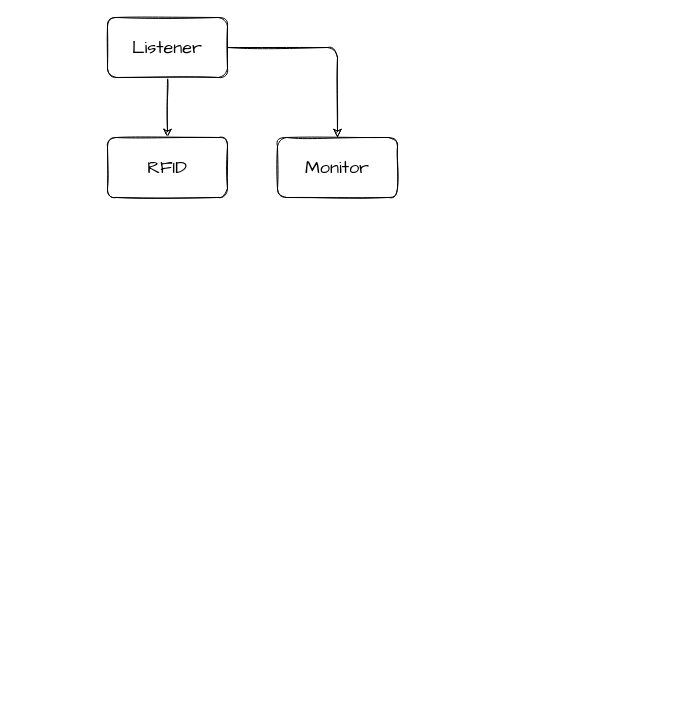
Above: sw_design/architecture.drawio in Kang9609/Golf_Membership_Manager (draw.io), before the change. Source tidied: cells renumbered, new cells numbered last; positions are measured from the earlier drawing's top-left corner, leaving out a move shared by most shapes. Both pictures are drawn from the tidied source at 100%, with x=0, y=0 at pixel (107, 17).
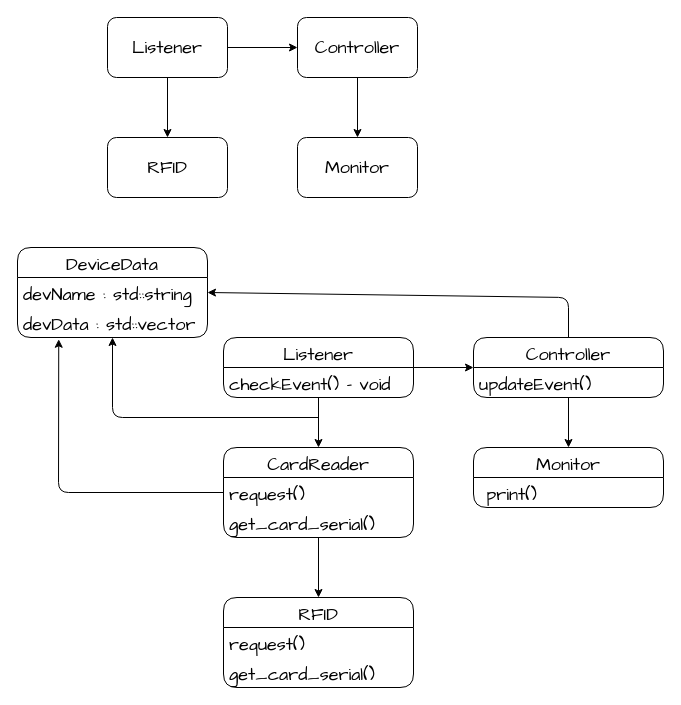
The same page after the edit.

What changed in the source:
```diff
@@
-    <mxCell id="2" style="edgeStyle=none;sketch=1;html=1;exitX=0.5;exitY=1;exitDx=0;exitDy=0;entryX=0.5;entryY=0;entryDx=0;entryDy=0;fontFamily=Comic Sans MS;fontSize=18;rounded=1;" parent="1" edge="1" source="4" target="5">
+    <mxCell id="2" style="edgeStyle=none;html=1;exitX=0.5;exitY=1;exitDx=0;exitDy=0;entryX=0.5;entryY=0;entryDx=0;entryDy=0;fontFamily=Comic Sans MS;fontSize=18;rounded=1;" parent="1" edge="1" source="4" target="5">
       <mxGeometry relative="1" as="geometry" />
     </mxCell>
-    <mxCell id="3" style="edgeStyle=none;rounded=1;sketch=1;html=1;exitX=1;exitY=0.5;exitDx=0;exitDy=0;entryX=0.5;entryY=0;entryDx=0;entryDy=0;fontFamily=Comic Sans MS;fontSize=18;" parent="1" edge="1" source="4" target="6">
-      <mxGeometry relative="1" as="geometry">
-        <Array as="points">
-          <mxPoint x="230" y="30" />
-        </Array>
-      </mxGeometry>
-    </mxCell>
+    <mxCell id="7" style="edgeStyle=none;rounded=1;html=1;exitX=1;exitY=0.5;exitDx=0;exitDy=0;entryX=0;entryY=0.5;entryDx=0;entryDy=0;fontFamily=Comic Sans MS;fontSize=18;" parent="1" edge="1" source="4" target="21">
+      <mxGeometry relative="1" as="geometry" />
+    </mxCell>
-    <mxCell id="4" value="&lt;font face=&quot;Comic Sans MS&quot; style=&quot;font-size: 18px&quot;&gt;Listener&lt;/font&gt;" style="rounded=1;whiteSpace=wrap;html=1;sketch=1;" parent="1" vertex="1">
+    <mxCell id="4" value="&lt;font face=&quot;Comic Sans MS&quot; style=&quot;font-size: 18px&quot;&gt;Listener&lt;/font&gt;" style="rounded=1;whiteSpace=wrap;html=1;" parent="1" vertex="1">
       <mxGeometry width="120" height="60" as="geometry" />
     </mxCell>
-    <mxCell id="5" value="RFID" style="rounded=1;whiteSpace=wrap;html=1;fontFamily=Comic Sans MS;fontSize=18;sketch=1;" parent="1" vertex="1">
+    <mxCell id="5" value="RFID" style="rounded=1;whiteSpace=wrap;html=1;fontFamily=Comic Sans MS;fontSize=18;" parent="1" vertex="1">
       <mxGeometry y="120" width="120" height="60" as="geometry" />
     </mxCell>
+    <mxCell id="3" value="&lt;font face=&quot;Comic Sans MS&quot; style=&quot;font-size: 18px&quot;&gt;Monitor&lt;/font&gt;" style="rounded=1;whiteSpace=wrap;html=1;" parent="1" vertex="1">
+      <mxGeometry x="190" y="120" width="120" height="60" as="geometry" />
+    </mxCell>
+    <mxCell id="8" style="edgeStyle=none;rounded=1;html=1;exitX=1;exitY=0.5;exitDx=0;exitDy=0;entryX=0;entryY=0.5;entryDx=0;entryDy=0;fontFamily=Comic Sans MS;fontSize=18;" parent="1" edge="1" source="10" target="18">
+      <mxGeometry relative="1" as="geometry" />
+    </mxCell>
+    <mxCell id="9" style="edgeStyle=none;rounded=1;html=1;fontFamily=Comic Sans MS;fontSize=18;" parent="1" edge="1">
+      <mxGeometry relative="1" as="geometry">
+        <mxPoint x="211" y="400" as="sourcePoint" />
+        <mxPoint x="5" y="320" as="targetPoint" />
+        <Array as="points">
+          <mxPoint x="5" y="400" />
+        </Array>
+      </mxGeometry>
+    </mxCell>
+    <mxCell id="10" value="Listener" style="swimlane;fontStyle=0;horizontal=1;startSize=30;fontFamily=Comic Sans MS;fontSize=18;rounded=1;" parent="1" vertex="1">
+      <mxGeometry x="116" y="320" width="190" height="60" as="geometry" />
+    </mxCell>
+    <mxCell id="11" value="checkEvent() - void" style="text;strokeColor=none;fillColor=none;align=left;verticalAlign=middle;spacingLeft=4;spacingRight=4;overflow=hidden;fontFamily=Comic Sans MS;fontSize=18;rounded=1;" parent="10" vertex="1">
+      <mxGeometry y="30" width="190" height="30" as="geometry" />
+    </mxCell>
+    <mxCell id="12" value="CardReader" style="swimlane;fontStyle=0;horizontal=1;startSize=30;fontFamily=Comic Sans MS;fontSize=18;rounded=1;" parent="1" vertex="1">
+      <mxGeometry x="116" y="430" width="190" height="90" as="geometry" />
+    </mxCell>
+    <mxCell id="13" value="request()" style="text;strokeColor=none;fillColor=none;align=left;verticalAlign=middle;spacingLeft=4;spacingRight=4;overflow=hidden;points=[[0,0.5],[1,0.5]];portConstraint=eastwest;fontFamily=Comic Sans MS;fontSize=18;rounded=1;" parent="12" vertex="1">
+      <mxGeometry y="30" width="190" height="30" as="geometry" />
+    </mxCell>
+    <mxCell id="14" value="get_card_serial()" style="text;strokeColor=none;fillColor=none;align=left;verticalAlign=middle;spacingLeft=4;spacingRight=4;overflow=hidden;fontFamily=Comic Sans MS;fontSize=18;rounded=1;" parent="12" vertex="1">
+      <mxGeometry y="60" width="190" height="30" as="geometry" />
+    </mxCell>
-    <mxCell id="6" value="Monitor" style="rounded=1;whiteSpace=wrap;html=1;sketch=1;fontFamily=Comic Sans MS;fontSize=18;" parent="1" vertex="1">
-      <mxGeometry x="170" y="120" width="120" height="60" as="geometry" />
+    <mxCell id="6" value="Monitor" style="swimlane;fontStyle=0;horizontal=1;startSize=30;fontFamily=Comic Sans MS;fontSize=18;rounded=1;" parent="1" vertex="1">
+      <mxGeometry x="366" y="430" width="190" height="60" as="geometry" />
     </mxCell>
+    <mxCell id="15" value=" print()" style="text;strokeColor=none;fillColor=none;align=left;verticalAlign=middle;spacingLeft=4;spacingRight=4;overflow=hidden;fontFamily=Comic Sans MS;fontSize=18;rounded=1;" parent="6" vertex="1">
+      <mxGeometry y="30" width="190" height="30" as="geometry" />
+    </mxCell>
+    <mxCell id="16" style="endArrow=classic;html=1;fontFamily=Comic Sans MS;fontSize=18;rounded=1;" parent="1" edge="1" target="12">
+      <mxGeometry relative="1" as="geometry">
+        <mxPoint x="211" y="380" as="sourcePoint" />
+      </mxGeometry>
+    </mxCell>
+    <mxCell id="17" style="edgeStyle=none;rounded=1;html=1;exitX=0.5;exitY=0;exitDx=0;exitDy=0;entryX=1;entryY=0.5;entryDx=0;entryDy=0;fontFamily=Comic Sans MS;fontSize=18;" parent="1" edge="1" source="18" target="24">
+      <mxGeometry relative="1" as="geometry">
+        <Array as="points">
+          <mxPoint x="461" y="280" />
+        </Array>
+      </mxGeometry>
+    </mxCell>
+    <mxCell id="18" value="Controller" style="swimlane;fontStyle=0;horizontal=1;startSize=30;fontFamily=Comic Sans MS;fontSize=18;rounded=1;" parent="1" vertex="1">
+      <mxGeometry x="366" y="320" width="190" height="60" as="geometry" />
+    </mxCell>
+    <mxCell id="19" value="updateEvent()" style="text;strokeColor=none;fillColor=none;align=left;verticalAlign=middle;spacingLeft=4;spacingRight=4;overflow=hidden;points=[[0,0.5],[1,0.5]];portConstraint=eastwest;fontFamily=Comic Sans MS;fontSize=18;rounded=1;" parent="18" vertex="1">
+      <mxGeometry y="30" width="190" height="30" as="geometry" />
+    </mxCell>
+    <mxCell id="20" style="edgeStyle=none;rounded=1;html=1;exitX=0.5;exitY=1;exitDx=0;exitDy=0;fontFamily=Comic Sans MS;fontSize=18;" parent="1" edge="1" source="21" target="3">
+      <mxGeometry relative="1" as="geometry" />
+    </mxCell>
+    <mxCell id="21" value="Controller" style="rounded=1;whiteSpace=wrap;html=1;fontFamily=Comic Sans MS;fontSize=18;" parent="1" vertex="1">
+      <mxGeometry x="190" width="120" height="60" as="geometry" />
+    </mxCell>
+    <mxCell id="22" style="edgeStyle=none;rounded=1;html=1;entryX=0.5;entryY=0;entryDx=0;entryDy=0;fontFamily=Comic Sans MS;fontSize=18;" parent="1" edge="1" source="19" target="6">
+      <mxGeometry relative="1" as="geometry" />
+    </mxCell>
+    <mxCell id="23" value="DeviceData" style="swimlane;fontStyle=0;horizontal=1;startSize=30;fontFamily=Comic Sans MS;fontSize=18;rounded=1;" parent="1" vertex="1">
+      <mxGeometry x="-90" y="230" width="190" height="90" as="geometry" />
+    </mxCell>
+    <mxCell id="24" value="devName : std::string" style="text;strokeColor=none;fillColor=none;align=left;verticalAlign=middle;spacingLeft=4;spacingRight=4;overflow=hidden;points=[[0,0.5],[1,0.5]];portConstraint=eastwest;fontFamily=Comic Sans MS;fontSize=18;rounded=1;" parent="23" vertex="1">
+      <mxGeometry y="30" width="190" height="30" as="geometry" />
+    </mxCell>
+    <mxCell id="25" value="devData : std::vector" style="text;strokeColor=none;fillColor=none;align=left;verticalAlign=middle;spacingLeft=4;spacingRight=4;overflow=hidden;points=[[0,0.5],[1,0.5]];portConstraint=eastwest;fontFamily=Comic Sans MS;fontSize=18;rounded=1;" parent="23" vertex="1">
+      <mxGeometry y="60" width="190" height="30" as="geometry" />
+    </mxCell>
+    <mxCell id="26" style="edgeStyle=none;rounded=1;html=1;exitX=0;exitY=0.5;exitDx=0;exitDy=0;entryX=0.217;entryY=1.059;entryDx=0;entryDy=0;entryPerimeter=0;fontFamily=Comic Sans MS;fontSize=18;" parent="1" edge="1" source="13" target="25">
+      <mxGeometry relative="1" as="geometry">
+        <Array as="points">
+          <mxPoint x="-49" y="475" />
+        </Array>
+      </mxGeometry>
+    </mxCell>
+    <mxCell id="27" value="RFID" style="swimlane;fontStyle=0;horizontal=1;startSize=30;fontFamily=Comic Sans MS;fontSize=18;rounded=1;" parent="1" vertex="1">
+      <mxGeometry x="116" y="580" width="190" height="90" as="geometry" />
+    </mxCell>
+    <mxCell id="28" value="request()" style="text;strokeColor=none;fillColor=none;align=left;verticalAlign=middle;spacingLeft=4;spacingRight=4;overflow=hidden;fontFamily=Comic Sans MS;fontSize=18;rounded=1;" parent="27" vertex="1">
+      <mxGeometry y="30" width="190" height="30" as="geometry" />
+    </mxCell>
+    <mxCell id="29" value="get_card_serial()" style="text;strokeColor=none;fillColor=none;align=left;verticalAlign=middle;spacingLeft=4;spacingRight=4;overflow=hidden;fontFamily=Comic Sans MS;fontSize=18;rounded=1;" parent="27" vertex="1">
+      <mxGeometry y="60" width="190" height="30" as="geometry" />
+    </mxCell>
+    <mxCell id="30" style="endArrow=classic;html=1;rounded=1;fontFamily=Comic Sans MS;fontSize=18;entryX=0.5;entryY=0;entryDx=0;entryDy=0;" parent="1" edge="1" target="27">
+      <mxGeometry relative="1" as="geometry">
+        <mxPoint x="211" y="520" as="sourcePoint" />
+      </mxGeometry>
+    </mxCell>
```
